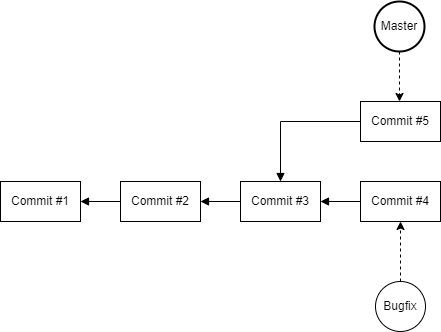
Before: Assets/images/git-branch-change-main.png, a diagram exported from draw.io (braboj/tutorial-git). Source tidied: cells renumbered, new cells last; positions are measured from the earlier drawing's top-left corner, leaving out a move shared by most shapes.
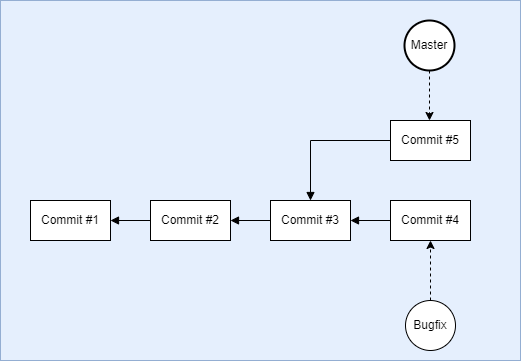
After the commit.

What changed in the source:
```diff
@@ -1,7 +1,10 @@
-<mxGraphModel>
+<mxGraphModel background="#ffffff">
   <root>
     <mxCell id="0" />
     <mxCell id="1" parent="0" />
+    <mxCell id="15" style="rounded=0;whiteSpace=wrap;html=1;fillColor=#dae8fc;strokeColor=#6c8ebf;opacity=70;" parent="1" vertex="1">
+      <mxGeometry x="-30" y="-20" width="520" height="360" as="geometry" />
+    </mxCell>
     <mxCell id="2" style="edgeStyle=orthogonalEdgeStyle;rounded=0;jettySize=auto;html=1;entryX=0;entryY=0.5;entryDx=0;entryDy=0;endArrow=none;endFill=0;startArrow=block;startFill=1;" parent="1" edge="1" source="3" target="5">
       <mxGeometry relative="1" as="geometry" />
     </mxCell>
```
